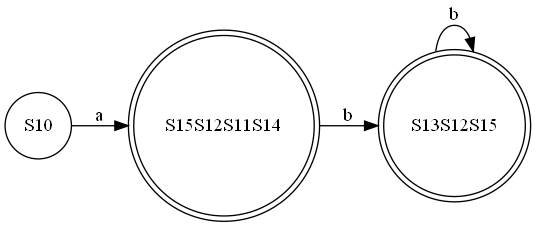
Before: finalCode/test-output/round-table.gv.png, a diagram exported from Graphviz (abdelazizSalah/RegExp_NFA_DFA_DFAMinimization). Its source is kept beside it as finalCode/test-output/round-table.gv.
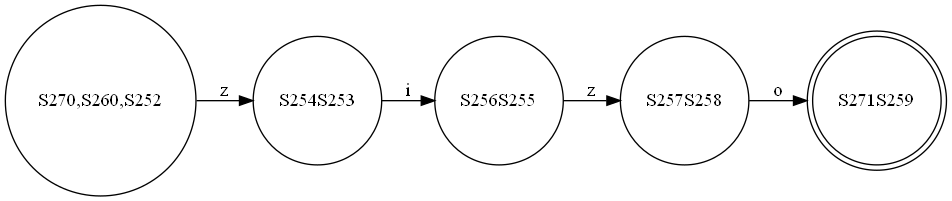
After the commit.

Change to the diagram source:
```diff
@@ -1,9 +1,12 @@
 digraph {
 	graph [rankdir=LR]
-	S10 [label=S10 shape=circle]
-	S10 -> S15S12S11S14 [label=a]
-	S15S12S11S14 [label=S15S12S11S14 shape=doublecircle]
-	S15S12S11S14 -> S13S12S15 [label=b]
-	S13S12S15 [label=S13S12S15 shape=doublecircle]
-	S13S12S15 -> S13S12S15 [label=b]
+	"S270,S260,S252" [label="S270,S260,S252" shape=circle]
+	"S270,S260,S252" -> S254S253 [label=z]
+	S254S253 [label=S254S253 shape=circle]
+	S254S253 -> S256S255 [label=i]
+	S256S255 [label=S256S255 shape=circle]
+	S256S255 -> S257S258 [label=z]
+	S257S258 [label=S257S258 shape=circle]
+	S257S258 -> S271S259 [label=o]
+	S271S259 [label=S271S259 shape=doublecircle]
 }
```
